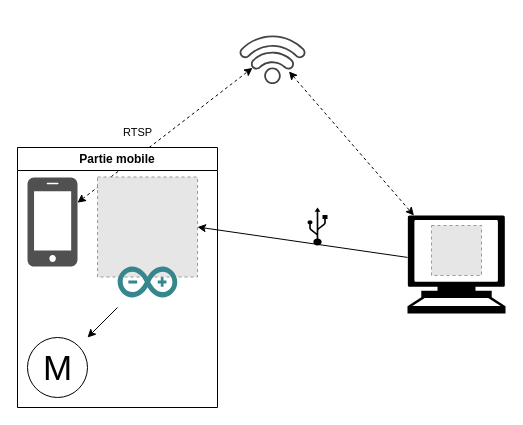
The draw.io diagram Diagramme sans nom.drawio in LindX31/Speedcam2024, before the edit. Source tidied: cells renumbered, new cells numbered last; positions are measured from the earlier drawing's top-left corner, leaving out a move shared by most shapes. Both pictures are drawn from the tidied source at 100%, with x=0, y=0 at pixel (17, 27). Pictures stored in the file or linked from it are replaced by grey dashed boxes.
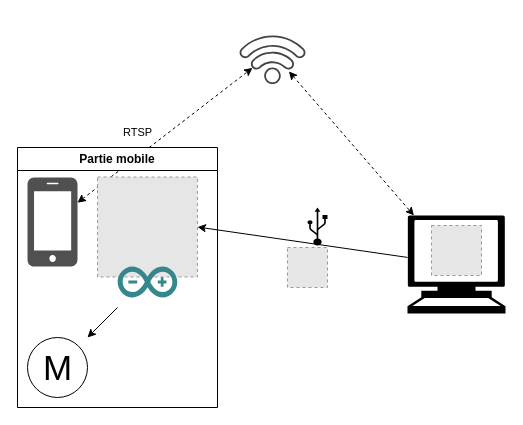
After the change.

Commit message:
Mettre à jour Diagramme sans nom.drawio

Diff of the diagram source:
```diff
@@
 <mxGraphModel>
   <root>
     <mxCell id="0" />
     <mxCell id="1" parent="0" />
     <mxCell id="2" style="html=1;labelBackgroundColor=#ffffff;startArrow=classic;startFill=1;startSize=6;endArrow=classic;endFill=1;endSize=6;jettySize=auto;strokeWidth=1;dashed=1;fontSize=14;rounded=0;" parent="1" edge="1" source="15" target="13">
       <mxGeometry relative="1" as="geometry" />
     </mxCell>
     <mxCell id="3" style="fillColor=#E6E6E6;strokeColor=#999999;dashed=1;html=1;verticalAlign=top;verticalLabelPosition=bottom;labelBackgroundColor=#ffffff;" parent="1" vertex="1">
       <mxGeometry x="414" y="198" width="50" height="50" as="geometry" />
     </mxCell>
     <mxCell id="4" style="endArrow=classic;html=1;rounded=0;entryX=1;entryY=0.5;entryDx=0;entryDy=0;" parent="1" edge="1" source="13" target="9">
       <mxGeometry relative="1" as="geometry" />
     </mxCell>
     <mxCell id="5" style="html=1;labelBackgroundColor=#ffffff;startArrow=classic;startFill=1;startSize=6;endArrow=classic;endFill=1;endSize=6;jettySize=auto;strokeWidth=1;dashed=1;fontSize=14;rounded=0;" parent="1" edge="1" source="8" target="15">
       <mxGeometry relative="1" as="geometry" />
     </mxCell>
     <mxCell id="6" value="RTSP" style="edgeLabel;html=1;align=center;verticalAlign=middle;" parent="5" vertex="1">
       <mxGeometry x="0.04" y="-3" relative="1" as="geometry">
         <mxPoint x="-33" y="-3" as="offset" />
       </mxGeometry>
     </mxCell>
     <mxCell id="7" value="Partie mobile" style="swimlane;whiteSpace=wrap;html=1;" parent="1" vertex="1">
       <mxGeometry y="120" width="200" height="260" as="geometry" />
     </mxCell>
     <mxCell id="8" style="sketch=0;shadow=0;dashed=0;html=1;strokeColor=none;fillColor=#505050;labelPosition=center;verticalLabelPosition=bottom;verticalAlign=top;outlineConnect=0;align=center;shape=mxgraph.office.devices.cell_phone_iphone_proportional;" parent="7" vertex="1">
       <mxGeometry x="10" y="30" width="50" height="89" as="geometry" />
     </mxCell>
     <mxCell id="9" style="fillColor=#E6E6E6;strokeColor=#999999;dashed=1;html=1;verticalAlign=top;verticalLabelPosition=bottom;labelBackgroundColor=#ffffff;" parent="7" vertex="1">
       <mxGeometry x="80" y="29.5" width="100" height="100" as="geometry" />
     </mxCell>
     <mxCell id="10" style="dashed=0;html=1;align=center;labelPosition=center;verticalLabelPosition=bottom;verticalAlign=top;shape=mxgraph.weblogos.arduino;fillColor=#36868D;strokeColor=none;" parent="7" vertex="1">
       <mxGeometry x="100.1" y="119" width="59.7" height="31" as="geometry" />
     </mxCell>
     <mxCell id="11" value="M" style="verticalLabelPosition=middle;shadow=0;dashed=0;align=center;html=1;verticalAlign=middle;strokeWidth=1;shape=ellipse;fontSize=35;" parent="7" vertex="1">
       <mxGeometry x="10" y="190" width="60" height="60" as="geometry" />
     </mxCell>
     <mxCell id="12" style="endArrow=classic;html=1;rounded=0;" parent="7" edge="1" target="11">
       <mxGeometry relative="1" as="geometry">
         <mxPoint x="100" y="160" as="sourcePoint" />
       </mxGeometry>
     </mxCell>
     <mxCell id="13" style="shape=mxgraph.signs.tech.computer;html=1;fillColor=#000000;strokeColor=none;verticalLabelPosition=bottom;verticalAlign=top;align=center;" parent="1" vertex="1">
       <mxGeometry x="390" y="188" width="98" height="98" as="geometry" />
     </mxCell>
     <mxCell id="14" style="shape=mxgraph.signs.tech.usb;html=1;fillColor=#000000;strokeColor=none;verticalLabelPosition=bottom;verticalAlign=top;align=center;" parent="1" vertex="1">
       <mxGeometry x="290" y="180" width="20" height="38" as="geometry" />
     </mxCell>
     <mxCell id="15" style="sketch=0;shadow=0;dashed=0;html=1;strokeColor=none;fillColor=#434445;labelPosition=center;verticalLabelPosition=bottom;verticalAlign=top;align=center;outlineConnect=0;shape=mxgraph.vvd.wi_fi;rotation=-45;" parent="1" vertex="1">
       <mxGeometry x="230" width="50" height="50" as="geometry" />
     </mxCell>
+    <mxCell id="16" style="fillColor=#E6E6E6;strokeColor=#999999;dashed=1;html=1;verticalAlign=top;verticalLabelPosition=bottom;labelBackgroundColor=#ffffff;" parent="1" vertex="1">
+      <mxGeometry x="270" y="220" width="40" height="40" as="geometry" />
+    </mxCell>
   </root>
 </mxGraphModel>
```
